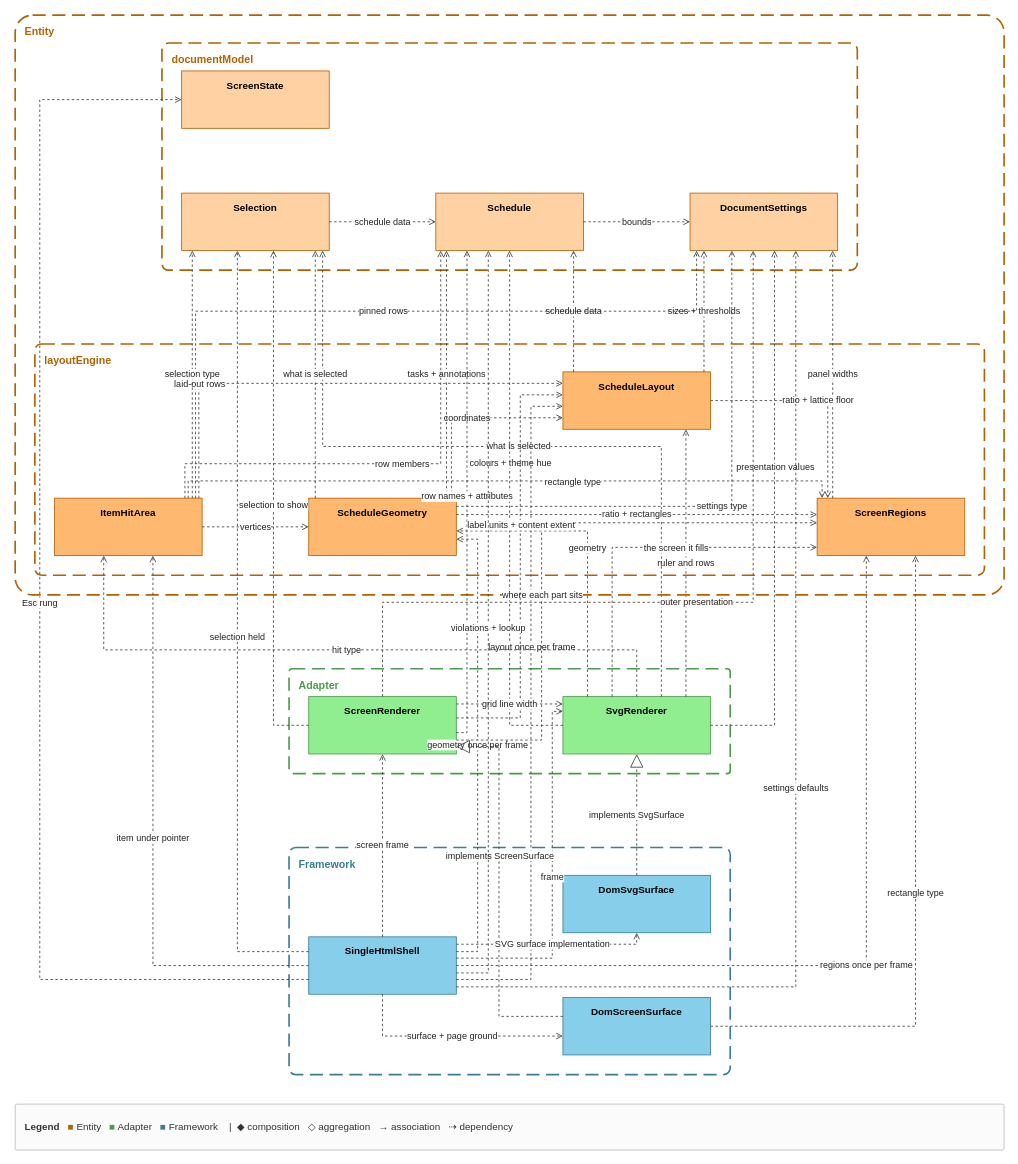
Earlier version of the draw.io diagram docs/spec/_source/view-read.drawio (GoodRelax/gr-scheduler). Source tidied: cells renumbered, new cells numbered last; positions are measured from the earlier drawing's top-left corner, leaving out a move shared by most shapes. Both pictures are drawn from the tidied source at 82%, with x=0, y=0 at pixel (15, 15).
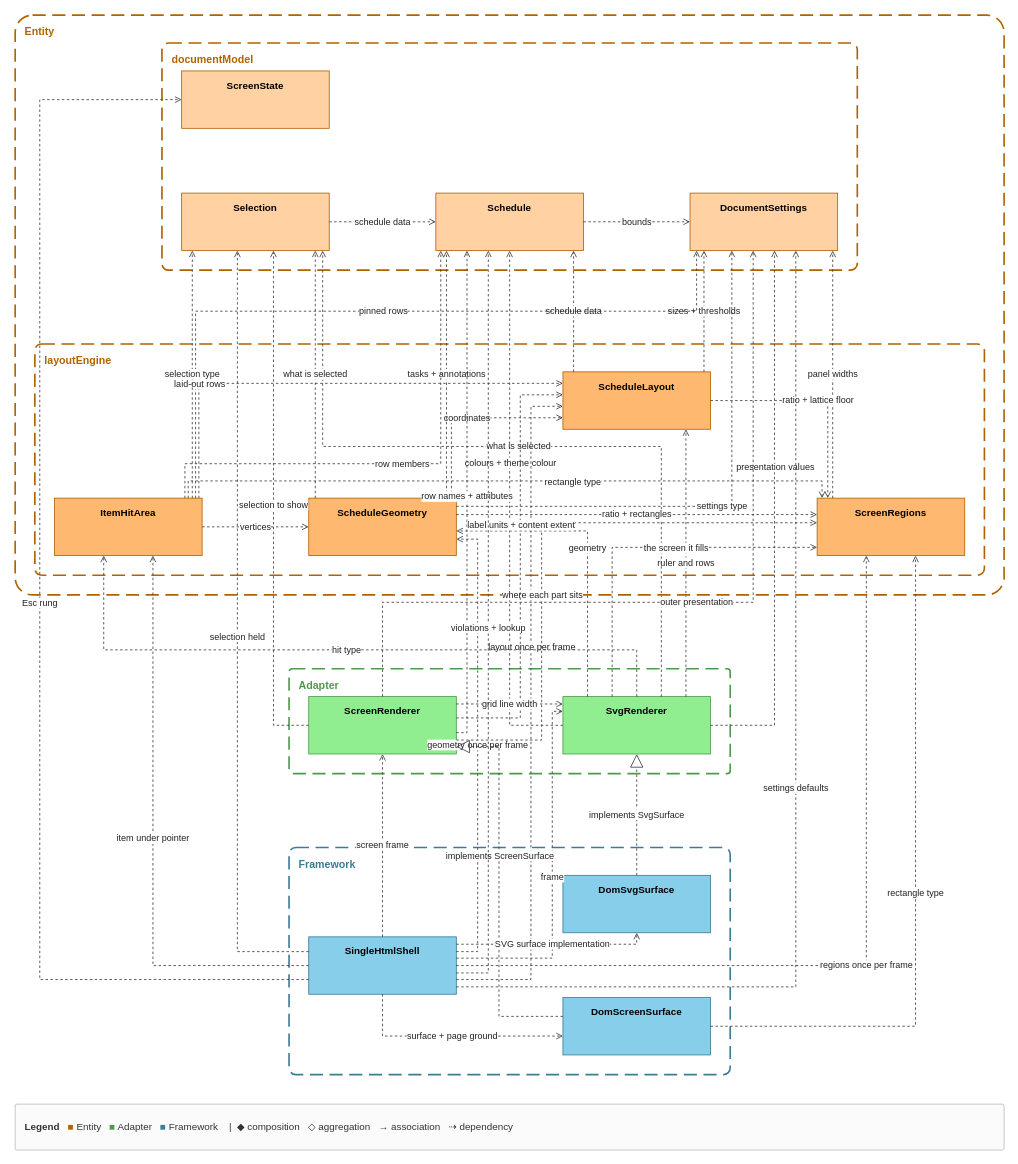
The same page after the edit.

Unchanged cells that the change refers to:
```xml
<mxCell id="31" style="edgeStyle=orthogonalEdgeStyle;rounded=0;html=1;strokeColor=#3A3A3A;fontSize=11;fontColor=#222222;labelBackgroundColor=#FFFFFF;endArrow=open;dashed=1;" parent="1" edge="1" source="9" target="10">
  <mxGeometry relative="1" as="geometry">
    <Array as="points">
      <mxPoint x="634" y="866" />
      <mxPoint x="603" y="866" />
      <mxPoint x="603" y="866" />
      <mxPoint x="603" y="866" />
      <mxPoint x="603" y="418" />
    </Array>
  </mxGeometry>
</mxCell>
```

The edit, as a diff of the source:
```diff
@@
-    <mxCell id="32" value="colours + theme hue" style="edgeLabel;html=1;align=center;verticalAlign=middle;labelBackgroundColor=#FFFFFF;fontSize=11;fontColor=#222222;" parent="31" vertex="1">
+    <mxCell id="32" value="colours + theme colour" style="edgeLabel;html=1;align=center;verticalAlign=middle;labelBackgroundColor=#FFFFFF;fontSize=11;fontColor=#222222;" parent="31" vertex="1">
       <mxGeometry x="0.2" relative="1" as="geometry" />
     </mxCell>
```
